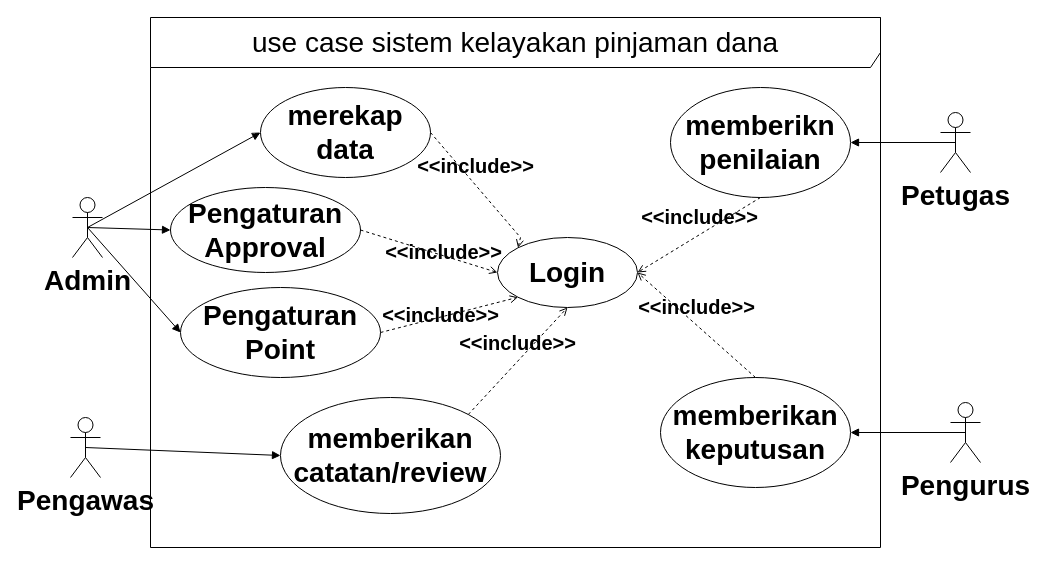
This is page "Copy of use case" (6 of 43) of public/Untitled Diagram.drawio from alinurd/simpanPinjam, a draw.io file, before an edit. Source tidied: cells renumbered, new cells numbered last; positions are measured from the earlier drawing's top-left corner, leaving out a move shared by most shapes. Both pictures are drawn from the tidied source at 100%, with x=0, y=0 at pixel (70, 17).
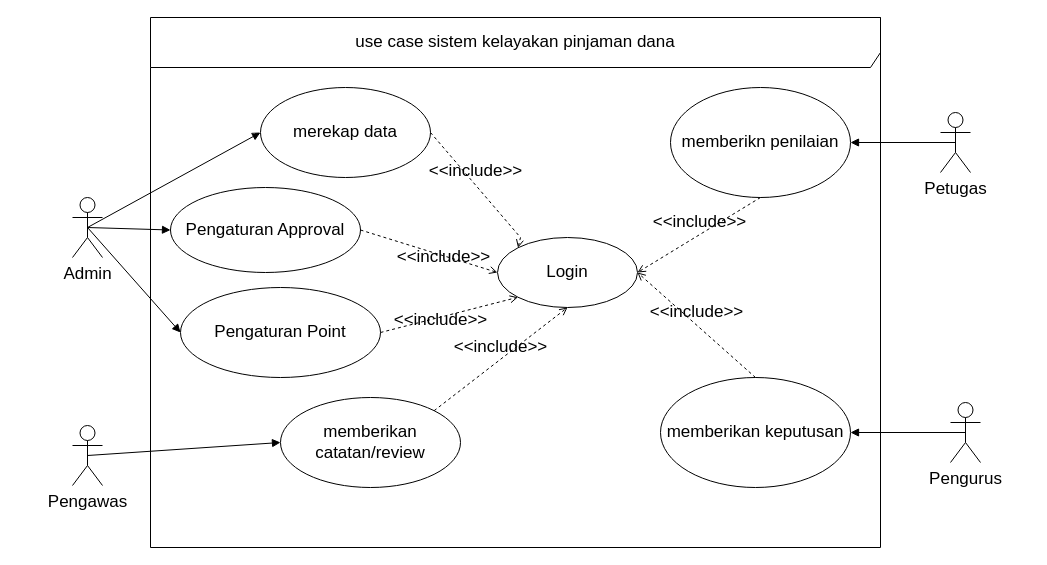
After the change.

Diff of the diagram source:
```diff
@@
-    <mxCell id="2" value="&lt;font style=&quot;font-size: 28px;&quot;&gt;use case sistem kelayakan pinjaman dana&lt;br style=&quot;font-size: 28px;&quot;&gt;&lt;/font&gt;" style="shape=umlFrame;whiteSpace=wrap;html=1;width=730;height=50;fontSize=28;fontStyle=0;" parent="1" vertex="1">
+    <mxCell id="2" value="&lt;font style=&quot;font-size: 17px;&quot;&gt;use case sistem kelayakan pinjaman dana&lt;br style=&quot;font-size: 17px;&quot;&gt;&lt;/font&gt;" style="shape=umlFrame;whiteSpace=wrap;html=1;width=730;height=50;fontSize=17;fontStyle=0;" parent="1" vertex="1">
       <mxGeometry x="80" width="730" height="530" as="geometry" />
     </mxCell>
-    <mxCell id="3" value="merekap data" style="ellipse;whiteSpace=wrap;html=1;fontSize=28;fontStyle=1;" parent="2" vertex="1">
+    <mxCell id="3" value="merekap data" style="ellipse;whiteSpace=wrap;html=1;fontSize=17;fontStyle=0;" parent="2" vertex="1">
       <mxGeometry x="110" y="70" width="170" height="90" as="geometry" />
     </mxCell>
-    <mxCell id="4" value="memberikan catatan/review" style="ellipse;whiteSpace=wrap;html=1;fontSize=28;fontStyle=1;" parent="2" vertex="1">
-      <mxGeometry x="130" y="380" width="220" height="116" as="geometry" />
+    <mxCell id="4" value="memberikan catatan/review" style="ellipse;whiteSpace=wrap;html=1;fontSize=17;fontStyle=0;" parent="2" vertex="1">
+      <mxGeometry x="130" y="380" width="180" height="90" as="geometry" />
     </mxCell>
-    <mxCell id="5" value="Pengaturan Point" style="ellipse;whiteSpace=wrap;html=1;fontSize=28;fontStyle=1;" parent="2" vertex="1">
+    <mxCell id="5" value="Pengaturan Point" style="ellipse;whiteSpace=wrap;html=1;fontSize=17;fontStyle=0;" parent="2" vertex="1">
       <mxGeometry x="30" y="270" width="200" height="90" as="geometry" />
     </mxCell>
-    <mxCell id="6" value="Pengaturan Approval" style="ellipse;whiteSpace=wrap;html=1;fontSize=28;fontStyle=1;" parent="2" vertex="1">
+    <mxCell id="6" value="Pengaturan Approval" style="ellipse;whiteSpace=wrap;html=1;fontSize=17;fontStyle=0;" parent="2" vertex="1">
       <mxGeometry x="20" y="170" width="190" height="85" as="geometry" />
     </mxCell>
-    <mxCell id="7" value="Login" style="ellipse;whiteSpace=wrap;html=1;fontSize=28;fontStyle=1;" parent="2" vertex="1">
+    <mxCell id="7" value="Login" style="ellipse;whiteSpace=wrap;html=1;fontSize=17;fontStyle=0;" parent="2" vertex="1">
       <mxGeometry x="347" y="220" width="140" height="70" as="geometry" />
     </mxCell>
-    <mxCell id="8" value="&lt;font style=&quot;font-size: 20px;&quot;&gt;&amp;lt;&amp;lt;include&amp;gt;&amp;gt;&lt;/font&gt;" style="html=1;verticalAlign=bottom;labelBackgroundColor=none;endArrow=open;endFill=0;dashed=1;rounded=0;exitX=1;exitY=0;exitDx=0;exitDy=0;entryX=0.5;entryY=1;entryDx=0;entryDy=0;fontSize=28;fontStyle=1;" parent="2" edge="1" source="4" target="7">
+    <mxCell id="8" value="&lt;font style=&quot;font-size: 17px;&quot;&gt;&amp;lt;&amp;lt;include&amp;gt;&amp;gt;&lt;/font&gt;" style="html=1;verticalAlign=bottom;labelBackgroundColor=none;endArrow=open;endFill=0;dashed=1;rounded=0;exitX=1;exitY=0;exitDx=0;exitDy=0;entryX=0.5;entryY=1;entryDx=0;entryDy=0;fontSize=17;fontStyle=0;" parent="2" edge="1" source="4" target="7">
       <mxGeometry relative="1" as="geometry" />
     </mxCell>
-    <mxCell id="9" value="&lt;font style=&quot;font-size: 20px;&quot;&gt;&amp;lt;&amp;lt;include&amp;gt;&amp;gt;&lt;/font&gt;" style="html=1;verticalAlign=bottom;labelBackgroundColor=none;endArrow=open;endFill=0;dashed=1;rounded=0;exitX=1;exitY=0.5;exitDx=0;exitDy=0;fontSize=28;fontStyle=1;entryX=0;entryY=0.5;entryDx=0;entryDy=0;" parent="2" edge="1" source="6" target="7">
+    <mxCell id="9" value="&lt;font style=&quot;font-size: 17px;&quot;&gt;&amp;lt;&amp;lt;include&amp;gt;&amp;gt;&lt;/font&gt;" style="html=1;verticalAlign=bottom;labelBackgroundColor=none;endArrow=open;endFill=0;dashed=1;rounded=0;exitX=1;exitY=0.5;exitDx=0;exitDy=0;fontSize=17;fontStyle=0;entryX=0;entryY=0.5;entryDx=0;entryDy=0;" parent="2" edge="1" source="6" target="7">
       <mxGeometry x="0.27" y="-12" relative="1" as="geometry">
         <mxPoint y="1" as="offset" />
       </mxGeometry>
     </mxCell>
-    <mxCell id="10" value="&lt;font style=&quot;font-size: 20px;&quot;&gt;&amp;lt;&amp;lt;include&amp;gt;&amp;gt;&lt;/font&gt;" style="html=1;verticalAlign=bottom;labelBackgroundColor=none;endArrow=open;endFill=0;dashed=1;rounded=0;exitX=1;exitY=0.5;exitDx=0;exitDy=0;entryX=0;entryY=0;entryDx=0;entryDy=0;fontSize=28;fontStyle=1;" parent="2" edge="1" source="3" target="7">
+    <mxCell id="10" value="&lt;font style=&quot;font-size: 17px;&quot;&gt;&amp;lt;&amp;lt;include&amp;gt;&amp;gt;&lt;/font&gt;" style="html=1;verticalAlign=bottom;labelBackgroundColor=none;endArrow=open;endFill=0;dashed=1;rounded=0;exitX=1;exitY=0.5;exitDx=0;exitDy=0;entryX=0;entryY=0;entryDx=0;entryDy=0;fontSize=17;fontStyle=0;" parent="2" edge="1" source="3" target="7">
       <mxGeometry x="-0.09" y="1" relative="1" as="geometry">
         <Array as="points">
           <mxPoint x="370" y="220" />
         </Array>
       </mxGeometry>
     </mxCell>
-    <mxCell id="11" value="&lt;font style=&quot;font-size: 20px;&quot;&gt;&amp;lt;&amp;lt;include&amp;gt;&amp;gt;&lt;/font&gt;" style="html=1;verticalAlign=bottom;labelBackgroundColor=none;endArrow=open;endFill=0;dashed=1;rounded=0;exitX=1;exitY=0.5;exitDx=0;exitDy=0;entryX=0;entryY=1;entryDx=0;entryDy=0;fontSize=28;fontStyle=1;" parent="2" edge="1" source="5" target="7">
+    <mxCell id="11" value="&lt;font style=&quot;font-size: 17px;&quot;&gt;&amp;lt;&amp;lt;include&amp;gt;&amp;gt;&lt;/font&gt;" style="html=1;verticalAlign=bottom;labelBackgroundColor=none;endArrow=open;endFill=0;dashed=1;rounded=0;exitX=1;exitY=0.5;exitDx=0;exitDy=0;entryX=0;entryY=1;entryDx=0;entryDy=0;fontSize=17;fontStyle=0;" parent="2" edge="1" source="5" target="7">
       <mxGeometry x="-0.18" y="-15" relative="1" as="geometry" />
     </mxCell>
-    <mxCell id="12" value="memberikan keputusan" style="ellipse;whiteSpace=wrap;html=1;fontSize=28;fontStyle=1;" parent="2" vertex="1">
+    <mxCell id="12" value="memberikan keputusan" style="ellipse;whiteSpace=wrap;html=1;fontSize=17;fontStyle=0;" parent="2" vertex="1">
       <mxGeometry x="510" y="360" width="190" height="110" as="geometry" />
     </mxCell>
-    <mxCell id="13" value="&lt;font style=&quot;font-size: 20px;&quot;&gt;&amp;lt;&amp;lt;include&amp;gt;&amp;gt;&lt;/font&gt;" style="html=1;verticalAlign=bottom;labelBackgroundColor=none;endArrow=open;endFill=0;dashed=1;rounded=0;exitX=0.5;exitY=0;exitDx=0;exitDy=0;entryX=1;entryY=0.5;entryDx=0;entryDy=0;fontSize=28;fontStyle=1;" parent="2" edge="1" source="12" target="7">
+    <mxCell id="13" value="&lt;font style=&quot;font-size: 17px;&quot;&gt;&amp;lt;&amp;lt;include&amp;gt;&amp;gt;&lt;/font&gt;" style="html=1;verticalAlign=bottom;labelBackgroundColor=none;endArrow=open;endFill=0;dashed=1;rounded=0;exitX=0.5;exitY=0;exitDx=0;exitDy=0;entryX=1;entryY=0.5;entryDx=0;entryDy=0;fontSize=17;fontStyle=0;" parent="2" edge="1" source="12" target="7">
       <mxGeometry relative="1" as="geometry" />
     </mxCell>
-    <mxCell id="14" value="memberikn penilaian" style="ellipse;whiteSpace=wrap;html=1;fontSize=28;fontStyle=1;" parent="2" vertex="1">
+    <mxCell id="14" value="memberikn penilaian" style="ellipse;whiteSpace=wrap;html=1;fontSize=17;fontStyle=0;" parent="2" vertex="1">
       <mxGeometry x="520" y="70" width="180" height="110" as="geometry" />
     </mxCell>
-    <mxCell id="15" value="&lt;font style=&quot;font-size: 20px;&quot;&gt;&amp;lt;&amp;lt;include&amp;gt;&amp;gt;&lt;/font&gt;" style="html=1;verticalAlign=bottom;labelBackgroundColor=none;endArrow=open;endFill=0;dashed=1;rounded=0;exitX=0.5;exitY=1;exitDx=0;exitDy=0;entryX=1;entryY=0.5;entryDx=0;entryDy=0;fontSize=28;fontStyle=1;" parent="2" edge="1" source="14" target="7">
+    <mxCell id="15" value="&lt;font style=&quot;font-size: 17px;&quot;&gt;&amp;lt;&amp;lt;include&amp;gt;&amp;gt;&lt;/font&gt;" style="html=1;verticalAlign=bottom;labelBackgroundColor=none;endArrow=open;endFill=0;dashed=1;rounded=0;exitX=0.5;exitY=1;exitDx=0;exitDy=0;entryX=1;entryY=0.5;entryDx=0;entryDy=0;fontSize=17;fontStyle=0;" parent="2" edge="1" source="14" target="7">
       <mxGeometry relative="1" as="geometry" />
     </mxCell>
-    <mxCell id="16" value="Pengawas" style="shape=umlActor;verticalLabelPosition=bottom;verticalAlign=top;html=1;fontSize=28;fontStyle=1;" parent="1" vertex="1">
-      <mxGeometry y="400" width="30" height="60" as="geometry" />
+    <mxCell id="16" value="Pengawas" style="shape=umlActor;verticalLabelPosition=bottom;verticalAlign=top;html=1;fontSize=17;fontStyle=0;" parent="1" vertex="1">
+      <mxGeometry x="2" y="408" width="30" height="60" as="geometry" />
     </mxCell>
-    <mxCell id="17" value="Pengurus" style="shape=umlActor;verticalLabelPosition=bottom;verticalAlign=top;html=1;fontSize=28;fontStyle=1;" parent="1" vertex="1">
+    <mxCell id="17" value="Pengurus" style="shape=umlActor;verticalLabelPosition=bottom;verticalAlign=top;html=1;fontSize=17;fontStyle=0;" parent="1" vertex="1">
       <mxGeometry x="880" y="385" width="30" height="60" as="geometry" />
     </mxCell>
-    <mxCell id="18" value="Petugas" style="shape=umlActor;verticalLabelPosition=bottom;verticalAlign=top;html=1;fontSize=28;fontStyle=1;" parent="1" vertex="1">
+    <mxCell id="18" value="Petugas" style="shape=umlActor;verticalLabelPosition=bottom;verticalAlign=top;html=1;fontSize=17;fontStyle=0;" parent="1" vertex="1">
       <mxGeometry x="870" y="95" width="30" height="60" as="geometry" />
     </mxCell>
-    <mxCell id="19" value="Admin" style="shape=umlActor;verticalLabelPosition=bottom;verticalAlign=top;html=1;fontSize=28;fontStyle=1;" parent="1" vertex="1">
+    <mxCell id="19" value="Admin" style="shape=umlActor;verticalLabelPosition=bottom;verticalAlign=top;html=1;fontSize=17;fontStyle=0;" parent="1" vertex="1">
       <mxGeometry x="2" y="180" width="30" height="60" as="geometry" />
     </mxCell>
-    <mxCell id="20" style="html=1;verticalAlign=bottom;labelBackgroundColor=none;endArrow=block;endFill=1;rounded=0;exitX=0.5;exitY=0.5;exitDx=0;exitDy=0;exitPerimeter=0;entryX=0;entryY=0.5;entryDx=0;entryDy=0;fontSize=28;fontStyle=1;" parent="1" edge="1" source="16" target="4">
+    <mxCell id="20" style="html=1;verticalAlign=bottom;labelBackgroundColor=none;endArrow=block;endFill=1;rounded=0;exitX=0.5;exitY=0.5;exitDx=0;exitDy=0;exitPerimeter=0;entryX=0;entryY=0.5;entryDx=0;entryDy=0;fontSize=17;fontStyle=0;" parent="1" edge="1" source="16" target="4">
       <mxGeometry relative="1" as="geometry" />
     </mxCell>
-    <mxCell id="21" style="html=1;verticalAlign=bottom;labelBackgroundColor=none;endArrow=block;endFill=1;rounded=0;entryX=1;entryY=0.5;entryDx=0;entryDy=0;exitX=0.5;exitY=0.5;exitDx=0;exitDy=0;exitPerimeter=0;fontSize=28;fontStyle=1;" parent="1" edge="1" source="18" target="14">
+    <mxCell id="21" style="html=1;verticalAlign=bottom;labelBackgroundColor=none;endArrow=block;endFill=1;rounded=0;entryX=1;entryY=0.5;entryDx=0;entryDy=0;exitX=0.5;exitY=0.5;exitDx=0;exitDy=0;exitPerimeter=0;fontSize=17;fontStyle=0;" parent="1" edge="1" source="18" target="14">
       <mxGeometry relative="1" as="geometry" />
     </mxCell>
-    <mxCell id="22" style="html=1;verticalAlign=bottom;labelBackgroundColor=none;endArrow=block;endFill=1;rounded=0;entryX=1;entryY=0.5;entryDx=0;entryDy=0;exitX=0.5;exitY=0.5;exitDx=0;exitDy=0;exitPerimeter=0;fontSize=28;fontStyle=1;" parent="1" edge="1" source="17" target="12">
+    <mxCell id="22" style="html=1;verticalAlign=bottom;labelBackgroundColor=none;endArrow=block;endFill=1;rounded=0;entryX=1;entryY=0.5;entryDx=0;entryDy=0;exitX=0.5;exitY=0.5;exitDx=0;exitDy=0;exitPerimeter=0;fontSize=17;fontStyle=0;" parent="1" edge="1" source="17" target="12">
       <mxGeometry relative="1" as="geometry" />
     </mxCell>
-    <mxCell id="23" style="html=1;verticalAlign=bottom;labelBackgroundColor=none;endArrow=block;endFill=1;rounded=0;entryX=0;entryY=0.5;entryDx=0;entryDy=0;exitX=0.5;exitY=0.5;exitDx=0;exitDy=0;exitPerimeter=0;fontSize=28;fontStyle=1;" parent="1" edge="1" source="19" target="3">
+    <mxCell id="23" style="html=1;verticalAlign=bottom;labelBackgroundColor=none;endArrow=block;endFill=1;rounded=0;entryX=0;entryY=0.5;entryDx=0;entryDy=0;exitX=0.5;exitY=0.5;exitDx=0;exitDy=0;exitPerimeter=0;fontSize=17;fontStyle=0;" parent="1" edge="1" source="19" target="3">
       <mxGeometry relative="1" as="geometry" />
     </mxCell>
-    <mxCell id="24" style="html=1;verticalAlign=bottom;labelBackgroundColor=none;endArrow=block;endFill=1;rounded=0;entryX=0;entryY=0.5;entryDx=0;entryDy=0;exitX=0.5;exitY=0.5;exitDx=0;exitDy=0;exitPerimeter=0;fontSize=28;fontStyle=1;" parent="1" edge="1" source="19" target="5">
+    <mxCell id="24" style="html=1;verticalAlign=bottom;labelBackgroundColor=none;endArrow=block;endFill=1;rounded=0;entryX=0;entryY=0.5;entryDx=0;entryDy=0;exitX=0.5;exitY=0.5;exitDx=0;exitDy=0;exitPerimeter=0;fontSize=17;fontStyle=0;" parent="1" edge="1" source="19" target="5">
       <mxGeometry relative="1" as="geometry" />
     </mxCell>
-    <mxCell id="25" style="html=1;verticalAlign=bottom;labelBackgroundColor=none;endArrow=block;endFill=1;rounded=0;entryX=0;entryY=0.5;entryDx=0;entryDy=0;exitX=0.5;exitY=0.5;exitDx=0;exitDy=0;exitPerimeter=0;fontSize=28;fontStyle=1;" parent="1" edge="1" source="19" target="6">
+    <mxCell id="25" style="html=1;verticalAlign=bottom;labelBackgroundColor=none;endArrow=block;endFill=1;rounded=0;entryX=0;entryY=0.5;entryDx=0;entryDy=0;exitX=0.5;exitY=0.5;exitDx=0;exitDy=0;exitPerimeter=0;fontSize=17;fontStyle=0;" parent="1" edge="1" source="19" target="6">
       <mxGeometry relative="1" as="geometry" />
     </mxCell>
```
